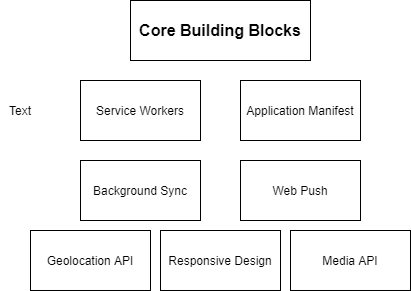
The draw.io diagram diagrams/M1.png in zishunwei/pwa, before a commit. Source tidied: cells renumbered, new cells last; positions are measured from the earlier drawing's top-left corner, leaving out a move shared by most shapes.
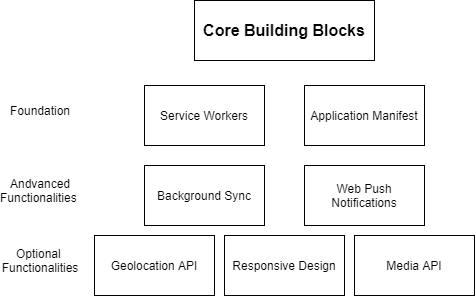
The same diagram one commit later.

What changed in the source:
```diff
@@ -3,7 +3,7 @@
     <mxCell id="0" />
     <mxCell id="1" parent="0" />
     <mxCell id="2" value="&lt;b&gt;&lt;font style=&quot;font-size: 16px&quot;&gt;Core Building Blocks&lt;/font&gt;&lt;/b&gt;" style="rounded=0;whiteSpace=wrap;html=1;" parent="1" vertex="1">
-      <mxGeometry x="130" width="180" height="60" as="geometry" />
+      <mxGeometry x="130" y="-5" width="180" height="60" as="geometry" />
     </mxCell>
     <mxCell id="3" value="Service Workers" style="rounded=0;whiteSpace=wrap;html=1;" parent="1" vertex="1">
       <mxGeometry x="80" y="80" width="120" height="60" as="geometry" />
@@ -14,7 +14,7 @@
     <mxCell id="5" value="Background Sync" style="rounded=0;whiteSpace=wrap;html=1;" parent="1" vertex="1">
       <mxGeometry x="80" y="160" width="120" height="60" as="geometry" />
     </mxCell>
-    <mxCell id="6" value="Web Push" style="rounded=0;whiteSpace=wrap;html=1;" parent="1" vertex="1">
+    <mxCell id="6" value="Web Push Notifications" style="rounded=0;whiteSpace=wrap;html=1;" parent="1" vertex="1">
       <mxGeometry x="240" y="160" width="120" height="60" as="geometry" />
     </mxCell>
     <mxCell id="7" value="Geolocation API" style="rounded=0;whiteSpace=wrap;html=1;" parent="1" vertex="1">
@@ -26,8 +26,14 @@
     <mxCell id="9" value="Media API" style="rounded=0;whiteSpace=wrap;html=1;" parent="1" vertex="1">
       <mxGeometry x="290" y="230" width="120" height="60" as="geometry" />
     </mxCell>
-    <mxCell id="10" value="Text" style="text;html=1;strokeColor=none;fillColor=none;align=center;verticalAlign=middle;whiteSpace=wrap;rounded=0;" parent="1" vertex="1">
-      <mxGeometry y="100" width="40" height="20" as="geometry" />
+    <mxCell id="10" value="Foundation" style="text;html=1;strokeColor=none;fillColor=none;align=center;verticalAlign=middle;whiteSpace=wrap;rounded=0;" parent="1" vertex="1">
+      <mxGeometry x="-54" y="95" width="60" height="20" as="geometry" />
     </mxCell>
+    <mxCell id="11" value="Optional&amp;nbsp;&lt;br&gt;Functionalities&lt;br&gt;" style="text;html=1;strokeColor=none;fillColor=none;align=center;verticalAlign=middle;whiteSpace=wrap;rounded=0;" parent="1" vertex="1">
+      <mxGeometry x="-44" y="245" width="40" height="20" as="geometry" />
+    </mxCell>
+    <mxCell id="12" value="Andvanced&lt;br&gt;Functionalities&amp;nbsp;" style="text;html=1;strokeColor=none;fillColor=none;align=center;verticalAlign=middle;whiteSpace=wrap;rounded=0;" parent="1" vertex="1">
+      <mxGeometry x="-49" y="175" width="50" height="20" as="geometry" />
+    </mxCell>
   </root>
 </mxGraphModel>
```
